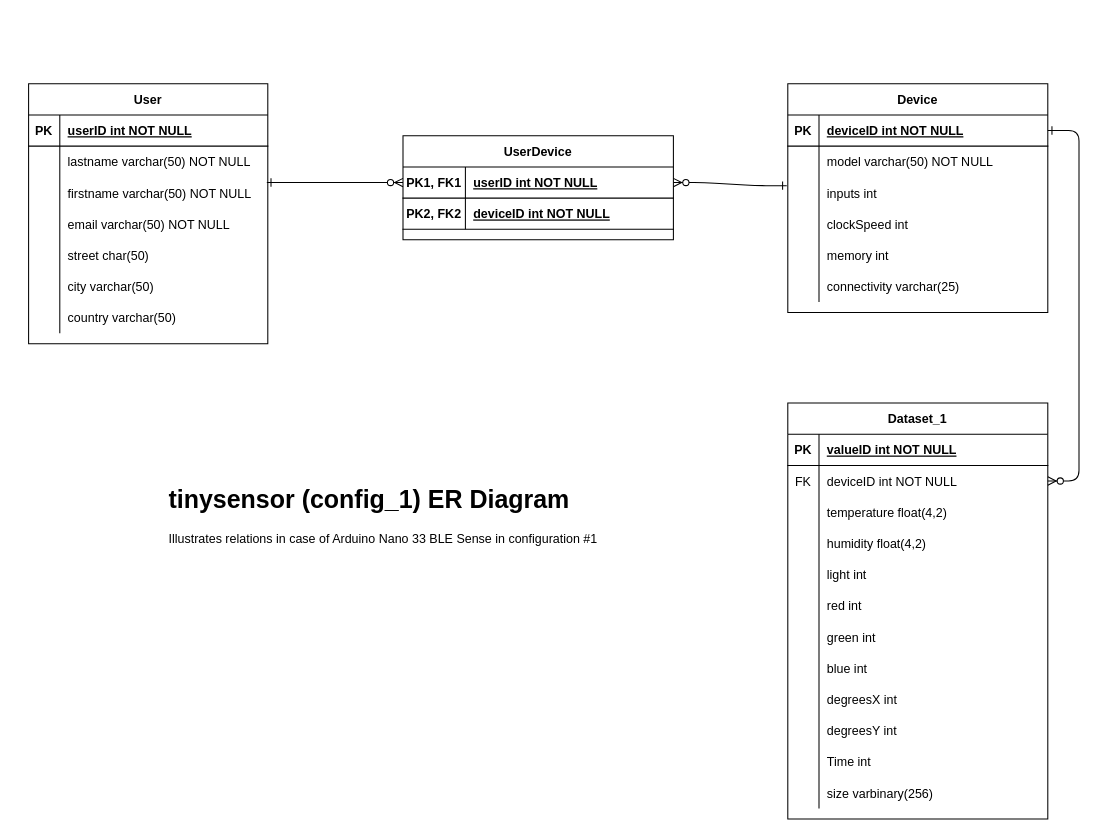
Before: diagrams/tinysensor-ER-nano1.drawio in manokel01/tinysensor, a draw.io diagram. Source tidied: cells renumbered, new cells numbered last; positions are measured from the earlier drawing's top-left corner, leaving out a move shared by most shapes. Both pictures are drawn from the tidied source at 104%, with x=0, y=0 at pixel (28, 83).
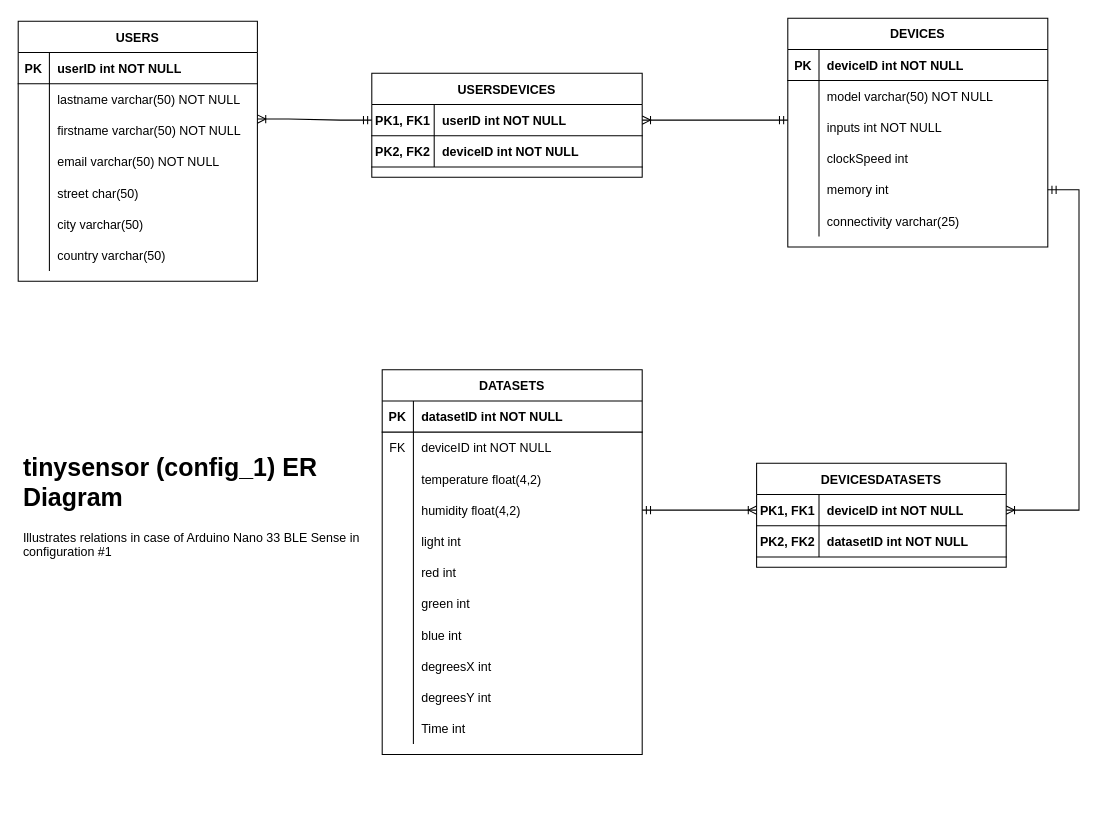
After the change.

Unchanged cells that the change refers to:
```xml
<mxCell id="5" style="shape=partialRectangle;fillColor=none;points=[[0,0.5],[1,0.5]];portConstraint=eastwest;top=0;left=0;right=0;bottom=1;" parent="4" vertex="1">
  <mxGeometry y="30" width="250" height="30" as="geometry" />
</mxCell>
<mxCell id="11" style="shape=partialRectangle;fillColor=none;points=[[0,0.5],[1,0.5]];portConstraint=eastwest;top=0;left=0;right=0;bottom=0;" parent="4" vertex="1">
  <mxGeometry y="90" width="250" height="30" as="geometry" />
</mxCell>
<mxCell id="17" style="shape=partialRectangle;fillColor=none;points=[[0,0.5],[1,0.5]];portConstraint=eastwest;top=0;left=0;right=0;bottom=0;" parent="4" vertex="1">
  <mxGeometry y="150" width="250" height="30" as="geometry" />
</mxCell>
<mxCell id="24" style="shape=partialRectangle;fillColor=none;top=0;left=0;right=0;bottom=1;" parent="23" vertex="1">
  <mxGeometry y="30" width="250" height="30" as="geometry" />
</mxCell>
<mxCell id="27" style="shape=partialRectangle;fillColor=none;points=[[0,0.5],[1,0.5]];portConstraint=eastwest;top=0;left=0;right=0;bottom=0;" parent="23" vertex="1">
  <mxGeometry y="60" width="250" height="30" as="geometry" />
</mxCell>
<mxCell id="33" style="shape=partialRectangle;fillColor=none;points=[[0,0.5],[1,0.5]];portConstraint=eastwest;top=0;left=0;right=0;bottom=0;" parent="23" vertex="1">
  <mxGeometry y="120" width="250" height="30" as="geometry" />
</mxCell>
<mxCell id="61" style="shape=partialRectangle;fillColor=none;top=0;left=0;right=0;bottom=1;" parent="60" vertex="1">
  <mxGeometry y="30" width="230" height="30" as="geometry" />
</mxCell>
<mxCell id="64" style="shape=partialRectangle;fillColor=none;points=[[0,0.5],[1,0.5]];portConstraint=eastwest;top=0;left=0;right=0;bottom=0;" parent="60" vertex="1">
  <mxGeometry y="60" width="230" height="30" as="geometry" />
</mxCell>
<mxCell id="67" style="shape=partialRectangle;fillColor=none;points=[[0,0.5],[1,0.5]];portConstraint=eastwest;top=0;left=0;right=0;bottom=0;" parent="60" vertex="1">
  <mxGeometry y="90" width="230" height="30" as="geometry" />
</mxCell>
<mxCell id="84" style="shape=partialRectangle;fillColor=none;points=[[0,0.5],[1,0.5]];portConstraint=eastwest;top=0;left=0;right=0;bottom=1;" parent="83" vertex="1">
  <mxGeometry y="30" width="260" height="30" as="geometry" />
</mxCell>
<mxCell id="87" style="shape=partialRectangle;fillColor=none;top=0;left=0;right=0;bottom=1;" parent="83" vertex="1">
  <mxGeometry y="60" width="260" height="30" as="geometry" />
</mxCell>
```

Change to the diagram source:
```diff
@@
-    <mxCell id="2" style="edgeStyle=entityRelationEdgeStyle;endArrow=ERzeroToMany;startArrow=ERone;endFill=1;startFill=0;entryX=0;entryY=0.5;entryDx=0;entryDy=0;exitX=0.996;exitY=0.167;exitDx=0;exitDy=0;exitPerimeter=0;" parent="1" edge="1" source="67" target="84">
-      <mxGeometry relative="1" as="geometry" />
-    </mxCell>
-    <mxCell id="3" style="edgeStyle=entityRelationEdgeStyle;endArrow=ERzeroToMany;startArrow=ERone;endFill=1;startFill=0;entryX=1;entryY=0.5;entryDx=0;entryDy=0;" parent="1" edge="1" source="5" target="27">
-      <mxGeometry relative="1" as="geometry" />
-    </mxCell>
-    <mxCell id="4" value="Device" style="shape=table;startSize=30;childLayout=tableLayout;rowLines=0;fontStyle=1;align=center;" parent="1" vertex="1">
-      <mxGeometry x="730" width="250" height="220" as="geometry" />
+    <mxCell id="4" value="DEVICES" style="shape=table;startSize=30;childLayout=tableLayout;rowLines=0;fontStyle=1;align=center;" parent="1" vertex="1">
+      <mxGeometry x="730" y="-63" width="250" height="220" as="geometry" />
     </mxCell>
@@
-    <mxCell id="7" value="deviceID int NOT NULL " style="shape=partialRectangle;overflow=hidden;fillColor=none;top=0;left=0;bottom=0;right=0;align=left;spacingLeft=6;fontStyle=5;" parent="5" vertex="1">
+    <mxCell id="7" value="deviceID int NOT NULL " style="shape=partialRectangle;overflow=hidden;fillColor=none;top=0;left=0;bottom=0;right=0;align=left;spacingLeft=6;fontStyle=1;" parent="5" vertex="1">
       <mxGeometry x="30" width="220" height="30" as="geometry" />
     </mxCell>
@@
-    <mxCell id="13" value="inputs int" style="shape=partialRectangle;overflow=hidden;fillColor=none;top=0;left=0;bottom=0;right=0;align=left;spacingLeft=6;" parent="11" vertex="1">
+    <mxCell id="13" value="inputs int NOT NULL" style="shape=partialRectangle;overflow=hidden;fillColor=none;top=0;left=0;bottom=0;right=0;align=left;spacingLeft=6;" parent="11" vertex="1">
       <mxGeometry x="30" width="220" height="30" as="geometry" />
     </mxCell>
@@
-    <mxCell id="23" value="Dataset_1" style="shape=table;startSize=30;childLayout=tableLayout;rowLines=0;fontStyle=1;align=center;" parent="1" vertex="1">
-      <mxGeometry x="730" y="307" width="250" height="400" as="geometry" />
+    <mxCell id="23" value="DATASETS" style="shape=table;startSize=30;childLayout=tableLayout;rowLines=0;fontStyle=1;align=center;" parent="1" vertex="1">
+      <mxGeometry x="340" y="275" width="250" height="370" as="geometry" />
     </mxCell>
@@
-    <mxCell id="26" value="valueID int NOT NULL " style="shape=partialRectangle;overflow=hidden;fillColor=none;top=0;left=0;bottom=0;right=0;align=left;spacingLeft=6;fontStyle=5;" parent="24" vertex="1">
+    <mxCell id="26" value="datasetID int NOT NULL " style="shape=partialRectangle;overflow=hidden;fillColor=none;top=0;left=0;bottom=0;right=0;align=left;spacingLeft=6;fontStyle=1;" parent="24" vertex="1">
       <mxGeometry x="30" width="220" height="30" as="geometry" />
     </mxCell>
@@
-    <mxCell id="57" style="shape=partialRectangle;fillColor=none;top=0;left=0;right=0;bottom=0;" parent="23" vertex="1">
-      <mxGeometry y="360" width="250" height="30" as="geometry" />
-    </mxCell>
-    <mxCell id="58" style="shape=partialRectangle;overflow=hidden;fillColor=none;top=0;left=0;bottom=0;right=0;" parent="57" vertex="1">
-      <mxGeometry width="30" height="30" as="geometry" />
-    </mxCell>
-    <mxCell id="59" value="size varbinary(256)" style="shape=partialRectangle;overflow=hidden;fillColor=none;top=0;left=0;bottom=0;right=0;align=left;spacingLeft=6;" parent="57" vertex="1">
-      <mxGeometry x="30" width="220" height="30" as="geometry" />
-    </mxCell>
-    <mxCell id="60" value="User" style="shape=table;startSize=30;childLayout=tableLayout;rowLines=0;fontStyle=1;align=center;" parent="1" vertex="1">
-      <mxGeometry width="230" height="250" as="geometry" />
+    <mxCell id="60" value="USERS" style="shape=table;startSize=30;childLayout=tableLayout;rowLines=0;fontStyle=1;align=center;" parent="1" vertex="1">
+      <mxGeometry x="-10" y="-60" width="230" height="250" as="geometry" />
     </mxCell>
@@
-    <mxCell id="63" value="userID int NOT NULL " style="shape=partialRectangle;overflow=hidden;fillColor=none;top=0;left=0;bottom=0;right=0;align=left;spacingLeft=6;fontStyle=5;" parent="61" vertex="1">
+    <mxCell id="63" value="userID int NOT NULL " style="shape=partialRectangle;overflow=hidden;fillColor=none;top=0;left=0;bottom=0;right=0;align=left;spacingLeft=6;fontStyle=1;" parent="61" vertex="1">
       <mxGeometry x="30" width="200" height="30" as="geometry" />
     </mxCell>
@@
     <mxCell id="82" value="&lt;h1&gt;tinysensor (config_1) ER Diagram&amp;nbsp;&lt;/h1&gt;&lt;p&gt;Illustrates relations in case of Arduino Nano 33 BLE Sense in configuration #1&lt;/p&gt;" style="text;html=1;strokeColor=none;fillColor=none;spacing=5;spacingTop=-20;whiteSpace=wrap;overflow=hidden;rounded=0;" parent="1" vertex="1">
-      <mxGeometry x="130" y="380" width="430" height="120" as="geometry" />
+      <mxGeometry x="-10" y="350" width="350" height="130" as="geometry" />
     </mxCell>
-    <mxCell id="83" value="UserDevice" style="shape=table;startSize=30;childLayout=tableLayout;rowLines=0;fontStyle=1;align=center;" parent="1" vertex="1">
-      <mxGeometry x="360" y="50" width="260" height="100" as="geometry" />
+    <mxCell id="83" value="USERSDEVICES" style="shape=table;startSize=30;childLayout=tableLayout;rowLines=0;fontStyle=1;align=center;" parent="1" vertex="1">
+      <mxGeometry x="330" y="-10" width="260" height="100" as="geometry" />
     </mxCell>
@@
-    <mxCell id="86" value="userID int NOT NULL " style="shape=partialRectangle;overflow=hidden;fillColor=none;top=0;left=0;bottom=0;right=0;align=left;spacingLeft=6;fontStyle=5;" parent="84" vertex="1">
+    <mxCell id="86" value="userID int NOT NULL " style="shape=partialRectangle;overflow=hidden;fillColor=none;top=0;left=0;bottom=0;right=0;align=left;spacingLeft=6;fontStyle=1;" parent="84" vertex="1">
       <mxGeometry x="60" width="200" height="30" as="geometry" />
     </mxCell>
@@
-    <mxCell id="89" value="deviceID int NOT NULL " style="shape=partialRectangle;overflow=hidden;fillColor=none;top=0;left=0;bottom=0;right=0;align=left;spacingLeft=6;fontStyle=5;" parent="87" vertex="1">
+    <mxCell id="89" value="deviceID int NOT NULL " style="shape=partialRectangle;overflow=hidden;fillColor=none;top=0;left=0;bottom=0;right=0;align=left;spacingLeft=6;fontStyle=1;" parent="87" vertex="1">
       <mxGeometry x="60" width="200" height="30" as="geometry" />
     </mxCell>
+    <mxCell id="91" value="DEVICESDATASETS" style="shape=table;startSize=30;childLayout=tableLayout;rowLines=0;fontStyle=1;align=center;" parent="1" vertex="1">
+      <mxGeometry x="700" y="365" width="240" height="100" as="geometry" />
+    </mxCell>
+    <mxCell id="92" style="shape=partialRectangle;fillColor=none;points=[[0,0.5],[1,0.5]];portConstraint=eastwest;top=0;left=0;right=0;bottom=1;" parent="91" vertex="1">
+      <mxGeometry y="30" width="240" height="30" as="geometry" />
+    </mxCell>
+    <mxCell id="93" value="PK1, FK1" style="shape=partialRectangle;overflow=hidden;fillColor=none;top=0;left=0;bottom=0;right=0;fontStyle=1;" parent="92" vertex="1">
+      <mxGeometry width="60" height="30" as="geometry" />
+    </mxCell>
+    <mxCell id="94" value="deviceID int NOT NULL " style="shape=partialRectangle;overflow=hidden;fillColor=none;top=0;left=0;bottom=0;right=0;align=left;spacingLeft=6;fontStyle=1;" parent="92" vertex="1">
+      <mxGeometry x="60" width="180" height="30" as="geometry" />
+    </mxCell>
+    <mxCell id="95" style="shape=partialRectangle;fillColor=none;top=0;left=0;right=0;bottom=1;" parent="91" vertex="1">
+      <mxGeometry y="60" width="240" height="30" as="geometry" />
+    </mxCell>
+    <mxCell id="96" value="PK2, FK2" style="shape=partialRectangle;overflow=hidden;fillColor=none;top=0;left=0;bottom=0;right=0;fontStyle=1;" parent="95" vertex="1">
+      <mxGeometry width="60" height="30" as="geometry" />
+    </mxCell>
+    <mxCell id="97" value="datasetID int NOT NULL " style="shape=partialRectangle;overflow=hidden;fillColor=none;top=0;left=0;bottom=0;right=0;align=left;spacingLeft=6;fontStyle=1;" parent="95" vertex="1">
+      <mxGeometry x="60" width="180" height="30" as="geometry" />
+    </mxCell>
-    <mxCell id="90" style="edgeStyle=entityRelationEdgeStyle;endArrow=ERzeroToMany;startArrow=ERone;endFill=1;startFill=0;entryX=1;entryY=0.5;entryDx=0;entryDy=0;exitX=-0.004;exitY=0.267;exitDx=0;exitDy=0;exitPerimeter=0;" parent="1" edge="1" source="11" target="84">
+    <mxCell id="90" style="edgeStyle=entityRelationEdgeStyle;fontSize=12;html=1;endArrow=ERoneToMany;startArrow=ERmandOne;rounded=0;entryX=1;entryY=0.5;entryDx=0;entryDy=0;exitX=0;exitY=0.267;exitDx=0;exitDy=0;exitPerimeter=0;" parent="1" edge="1" source="11" target="84">
       <mxGeometry relative="1" as="geometry" />
     </mxCell>
+    <mxCell id="98" style="edgeStyle=entityRelationEdgeStyle;fontSize=12;html=1;endArrow=ERoneToMany;startArrow=ERmandOne;rounded=0;entryX=1;entryY=1.133;entryDx=0;entryDy=0;exitX=0;exitY=0.5;exitDx=0;exitDy=0;entryPerimeter=0;" parent="1" edge="1" source="84" target="64">
+      <mxGeometry relative="1" as="geometry" />
+    </mxCell>
+    <mxCell id="99" style="edgeStyle=entityRelationEdgeStyle;fontSize=12;html=1;endArrow=ERoneToMany;startArrow=ERmandOne;rounded=0;entryX=1;entryY=0.5;entryDx=0;entryDy=0;" parent="1" edge="1" source="17" target="92">
+      <mxGeometry relative="1" as="geometry" />
+    </mxCell>
+    <mxCell id="100" style="edgeStyle=entityRelationEdgeStyle;fontSize=12;html=1;endArrow=ERoneToMany;startArrow=ERmandOne;rounded=0;entryX=0;entryY=0.5;entryDx=0;entryDy=0;" parent="1" edge="1" source="33" target="92">
+      <mxGeometry relative="1" as="geometry" />
+    </mxCell>
```
